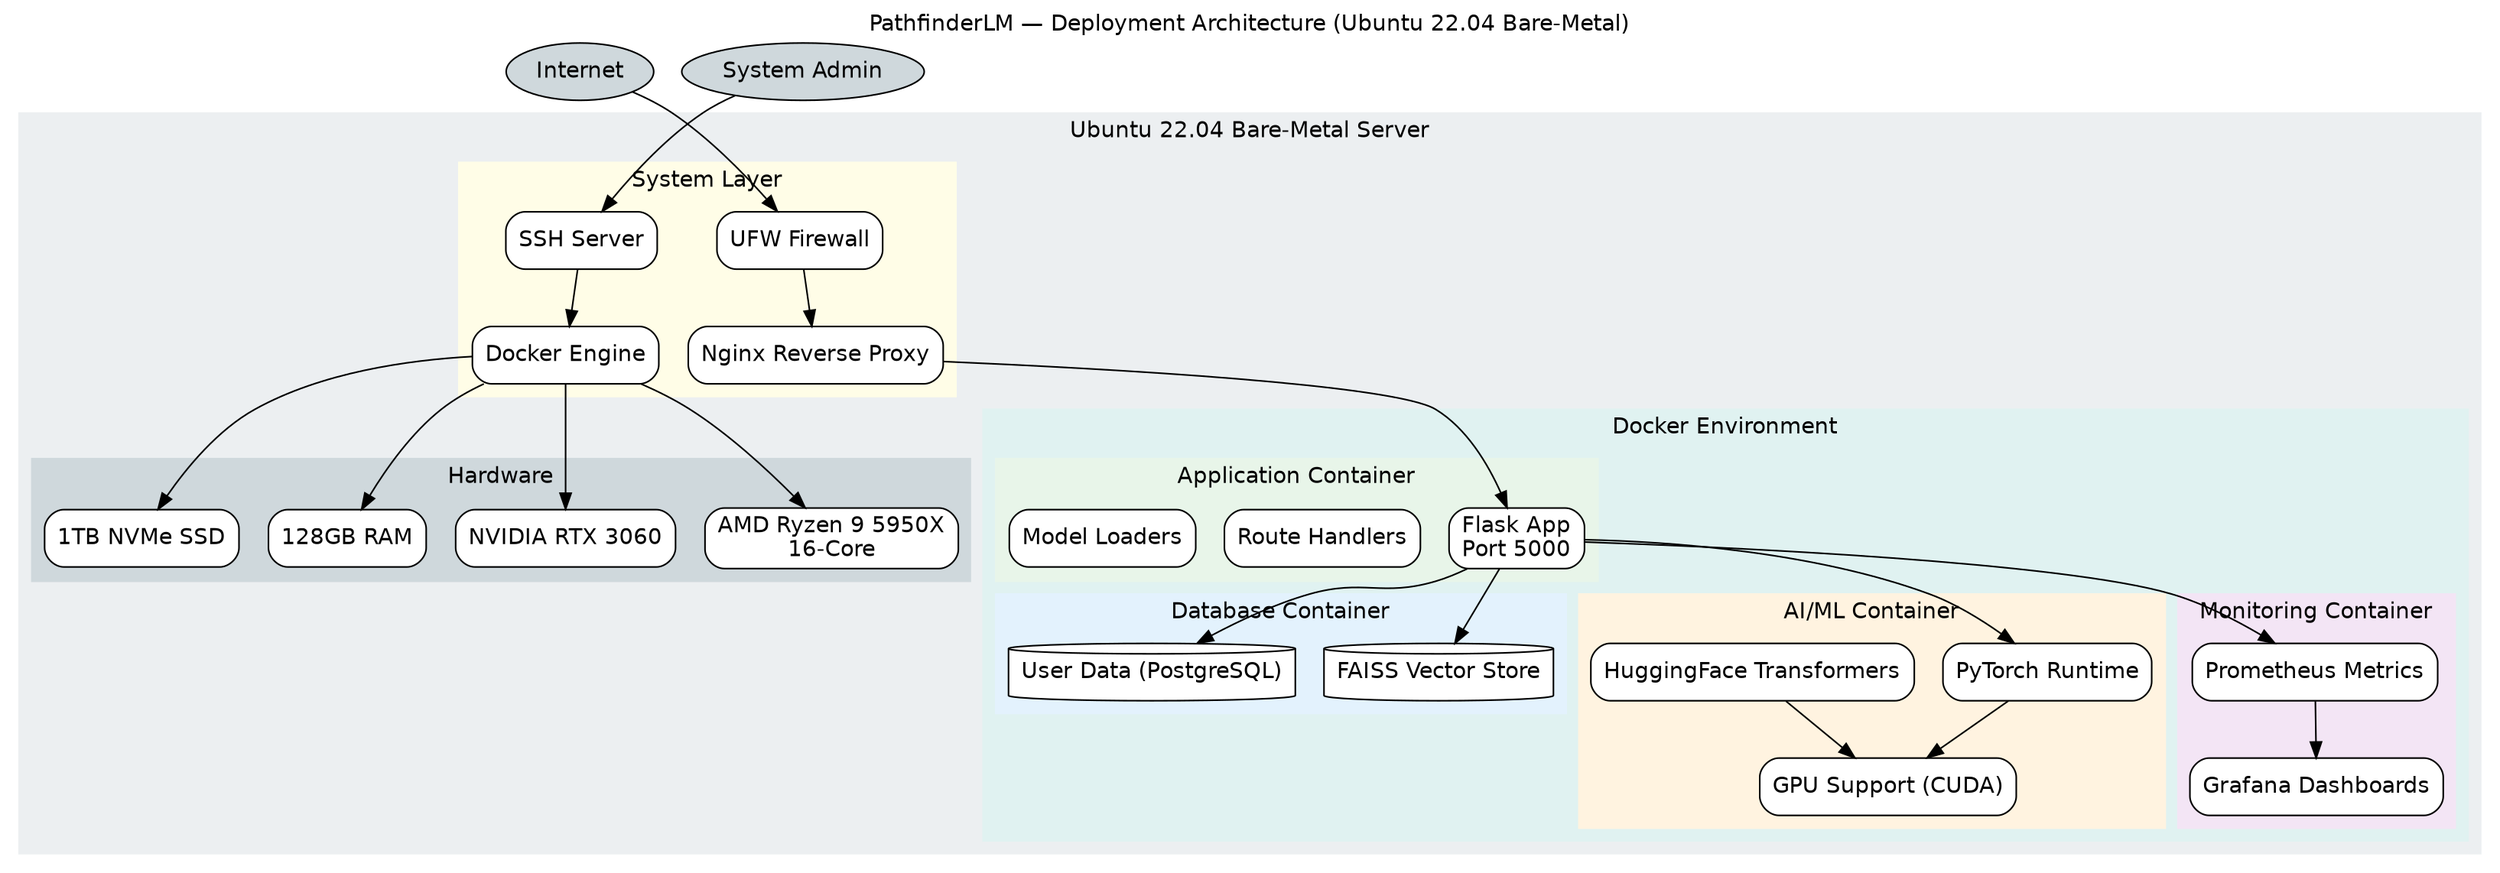
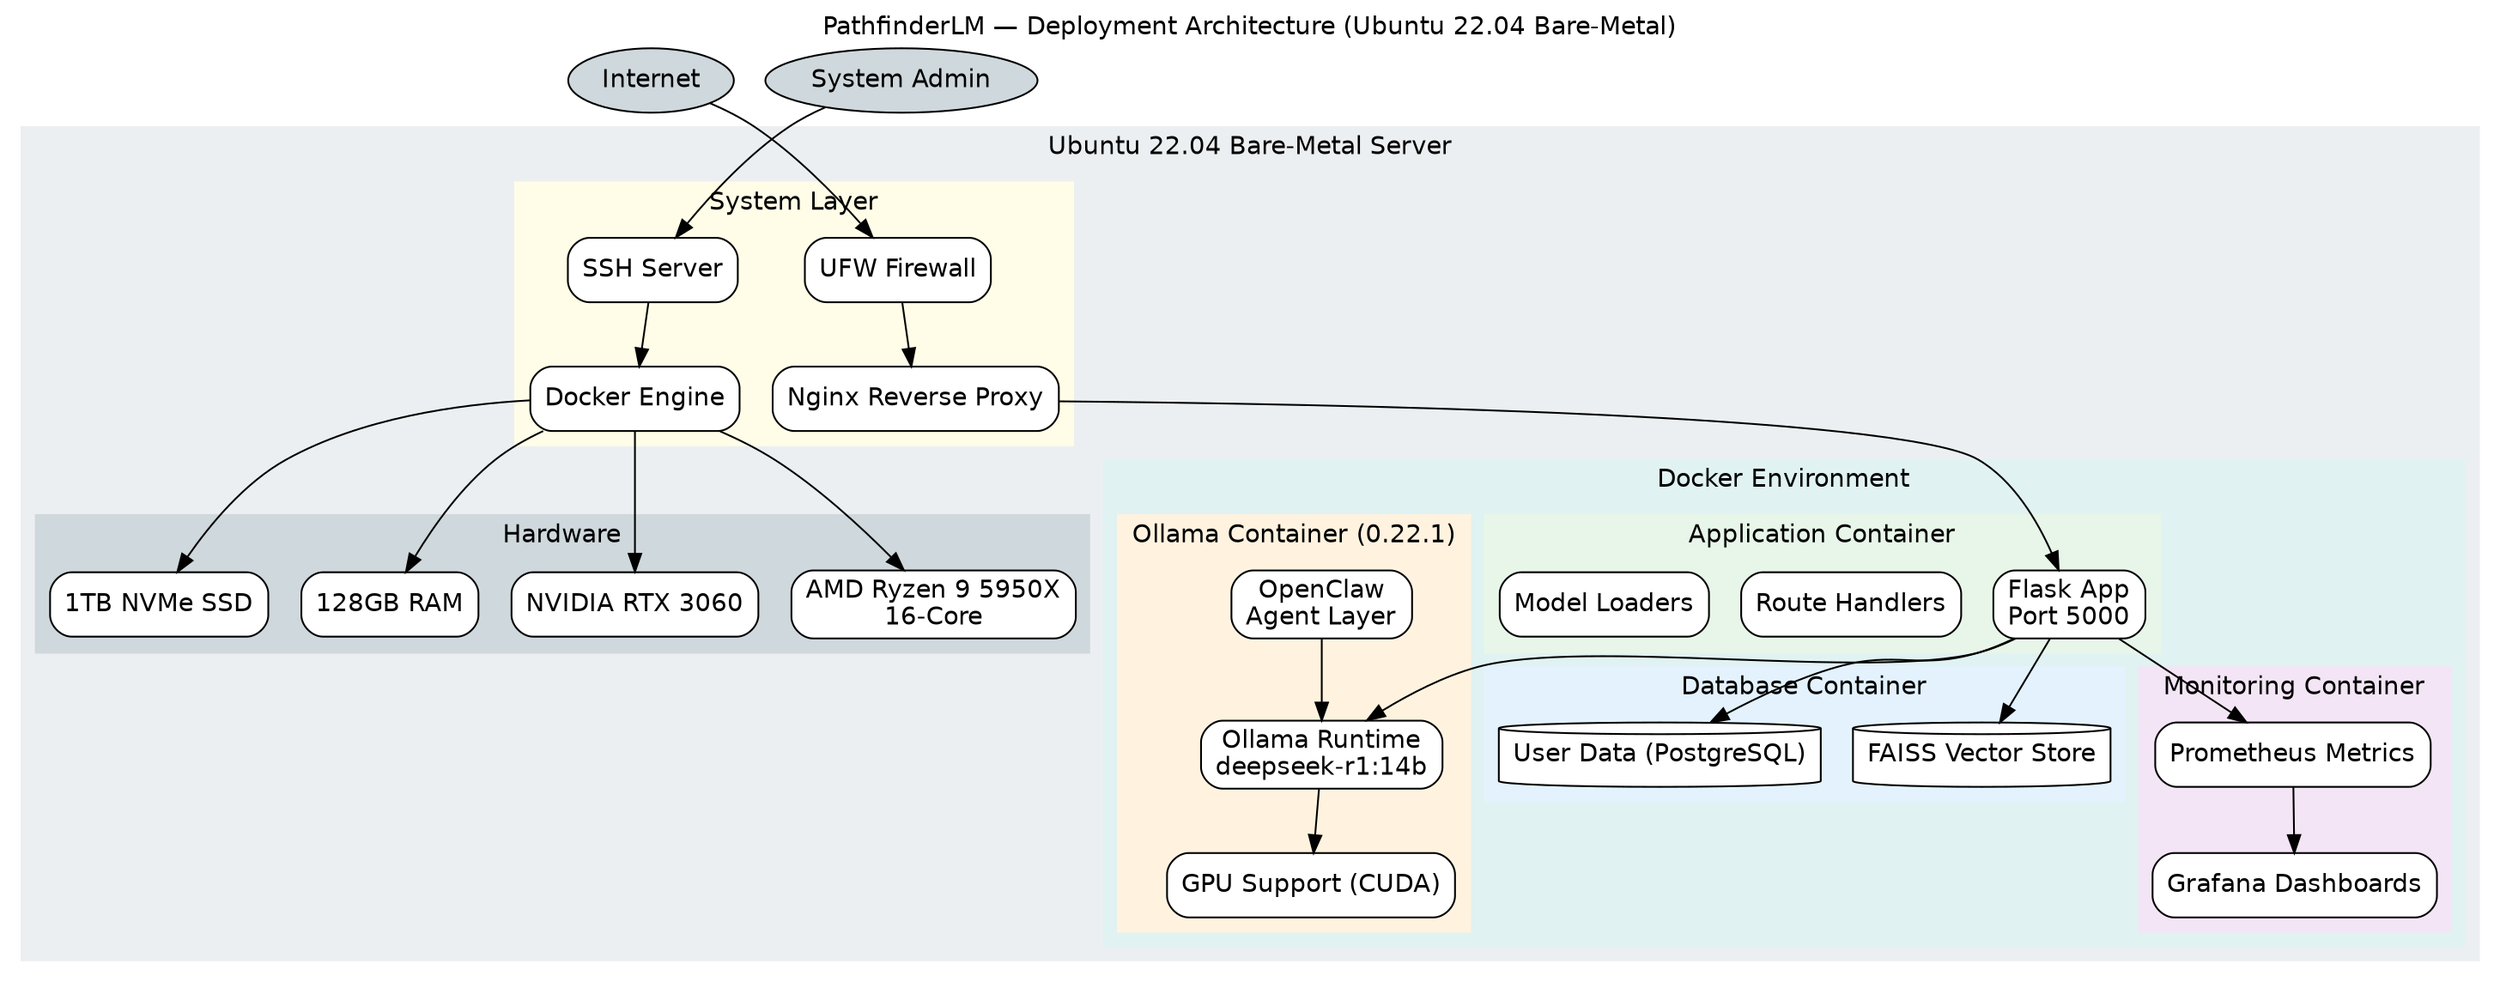
// PathfinderLM — Deployment Architecture
// Render: dot -Tpng deployment_architecture.dot -o deployment_architecture.png
//         dot -Tsvg deployment_architecture.dot -o deployment_architecture.svg
digraph DeploymentArchitecture {
    rankdir=TB;
    fontname="Helvetica";
    labelloc="t";
    label="PathfinderLM — Deployment Architecture (Ubuntu 22.04 Bare-Metal)";
    node [shape=box, style="rounded,filled", fontname="Helvetica", fillcolor="#FFFFFF"];
    edge [fontname="Helvetica"];

    Internet[label="Internet", shape=ellipse, fillcolor="#CFD8DC"];
    Admin   [label="System Admin", shape=ellipse, fillcolor="#CFD8DC"];

    subgraph cluster_server {
        label="Ubuntu 22.04 Bare-Metal Server"; style="filled"; color="#ECEFF1";

        subgraph cluster_docker {
            label="Docker Environment"; style="filled"; color="#E0F2F1";

            subgraph cluster_appc {
                label="Application Container"; style="filled"; color="#E8F5E9";
                Flask [label="Flask App\nPort 5000"];
                Routes[label="Route Handlers"];
                Models[label="Model Loaders"];
            }
            subgraph cluster_dbc {
                label="Database Container"; style="filled"; color="#E3F2FD";
                VectorDB[label="FAISS Vector Store", shape=cylinder];
                UserDB  [label="User Data (PostgreSQL)", shape=cylinder];
            }
            subgraph cluster_aimlc {
-                 label="AI/ML Container"; style="filled"; color="#FFF3E0";
+                 label="Ollama Container (0.22.1)"; style="filled"; color="#FFF3E0";
                GPU         [label="GPU Support (CUDA)"];
-                 PyTorch     [label="PyTorch Runtime"];
-                 Transformers[label="HuggingFace Transformers"];
+                 OllamaRT    [label="Ollama Runtime\ndeepseek-r1:14b"];
+                 OpenClaw    [label="OpenClaw\nAgent Layer"];
            }
            subgraph cluster_monc {
                label="Monitoring Container"; style="filled"; color="#F3E5F5";
                Prometheus[label="Prometheus Metrics"];
                Grafana   [label="Grafana Dashboards"];
            }
        }

        subgraph cluster_sys {
            label="System Layer"; style="filled"; color="#FFFDE7";
            Docker  [label="Docker Engine"];
            Nginx   [label="Nginx Reverse Proxy"];
            Firewall[label="UFW Firewall"];
            SSH     [label="SSH Server"];
        }

        subgraph cluster_hw {
            label="Hardware"; style="filled"; color="#CFD8DC";
            CPU    [label="AMD Ryzen 9 5950X\n16-Core"];
            GPUHard[label="NVIDIA RTX 3060"];
            RAM    [label="128GB RAM"];
            Storage[label="1TB NVMe SSD"];
        }
    }

    Internet -> Firewall -> Nginx -> Flask;
-     Flask -> VectorDB; Flask -> UserDB; Flask -> PyTorch;
-     PyTorch -> GPU; Transformers -> GPU;
+     Flask -> VectorDB; Flask -> UserDB; Flask -> OllamaRT;
+     OllamaRT -> GPU; OpenClaw -> OllamaRT;
    Flask -> Prometheus -> Grafana;
    Docker -> CPU; Docker -> GPUHard; Docker -> RAM; Docker -> Storage;
    Admin -> SSH -> Docker;
}
